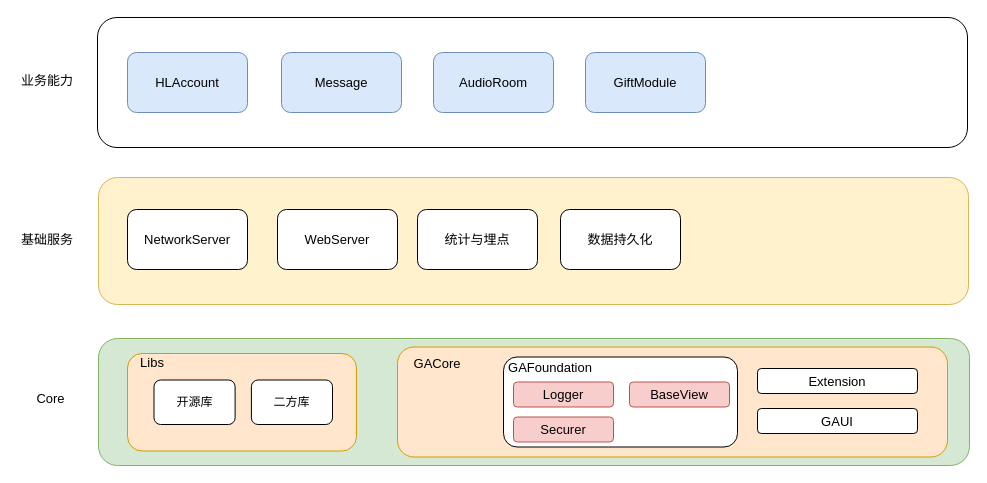
Before: diagrams/Hala.drawio in ygg29/UML, a draw.io diagram. Source tidied: cells renumbered, new cells numbered last; positions are measured from the earlier drawing's top-left corner, leaving out a move shared by most shapes. Both pictures are drawn from the tidied source at 100%, with x=0, y=0 at pixel (17, 17).
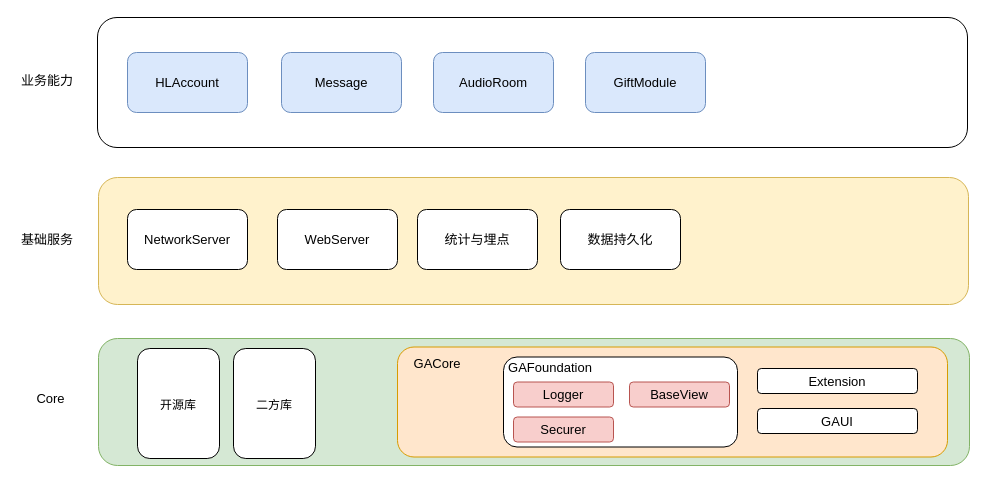
Above is the later version.

Diff of the diagram source:
```diff
@@
     <mxCell id="3" style="group;" parent="1" vertex="1">
-      <mxGeometry x="110" y="336" width="229" height="97.5" as="geometry" />
+      <mxGeometry x="120" y="331" width="82" height="110" as="geometry" />
     </mxCell>
-    <mxCell id="4" style="rounded=1;whiteSpace=wrap;html=1;fontSize=16;strokeColor=#d79b00;fillColor=#ffe6cc;" parent="3" vertex="1">
-      <mxGeometry width="229" height="97.5" as="geometry" />
+    <mxCell id="4" value="&lt;span style=&quot;font-size: 12px&quot;&gt;开源库&lt;/span&gt;" style="rounded=1;whiteSpace=wrap;html=1;fontSize=16;" parent="3" vertex="1">
+      <mxGeometry width="82" height="110" as="geometry" />
     </mxCell>
-    <mxCell id="5" value="开源库" style="rounded=1;whiteSpace=wrap;html=1;" parent="3" vertex="1">
-      <mxGeometry x="26.5" y="26.5" width="81.1" height="44.5" as="geometry" />
-    </mxCell>
-    <mxCell id="6" value="二方库" style="rounded=1;whiteSpace=wrap;html=1;" parent="3" vertex="1">
-      <mxGeometry x="123.9" y="26.5" width="81.1" height="44.5" as="geometry" />
-    </mxCell>
-    <mxCell id="7" value="Libs" style="text;html=1;strokeColor=none;fillColor=none;align=center;verticalAlign=middle;whiteSpace=wrap;rounded=0;fontSize=13;" parent="3" vertex="1">
-      <mxGeometry x="10" width="30" height="18.8" as="geometry" />
-    </mxCell>
@@
+    <mxCell id="32" style="group;" parent="1" vertex="1">
+      <mxGeometry x="216" y="331" width="82" height="110" as="geometry" />
+    </mxCell>
+    <mxCell id="6" value="&lt;span style=&quot;font-size: 12px&quot;&gt;二方库&lt;/span&gt;" style="rounded=1;whiteSpace=wrap;html=1;fontSize=16;" parent="32" vertex="1">
+      <mxGeometry width="82" height="110" as="geometry" />
+    </mxCell>
```
